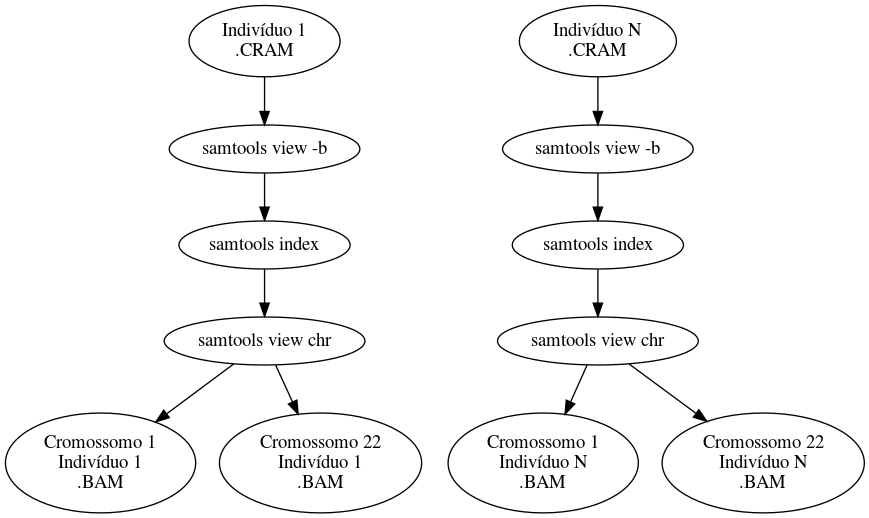
Julio-Anjos/HCPA-Projects keeps this Graphviz diagram as alef/tex/img/stage1_orig.png. Above is the earlier version. Its source is kept beside it as alef/tex/img/stage1_orig.dot.
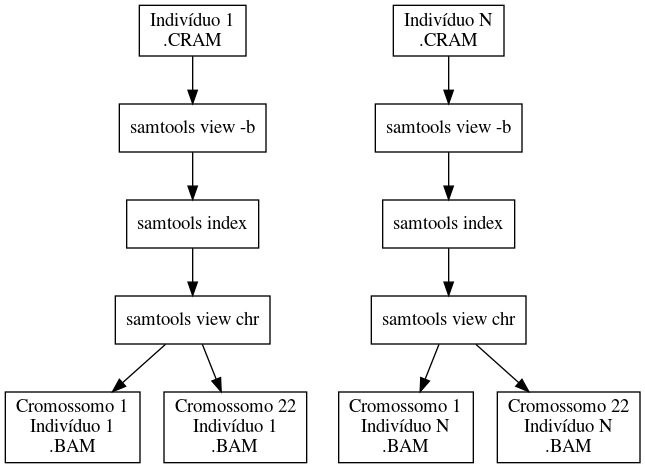
Later version of the same file.

Change to the diagram source:
```diff
@@ -1,4 +1,6 @@
 digraph G {
+  node [ shape=box ]
+
   CRAM1 [ label="Indivíduo 1\n.CRAM" ]
   CRAMN [ label="Indivíduo N\n.CRAM" ]
 
```
